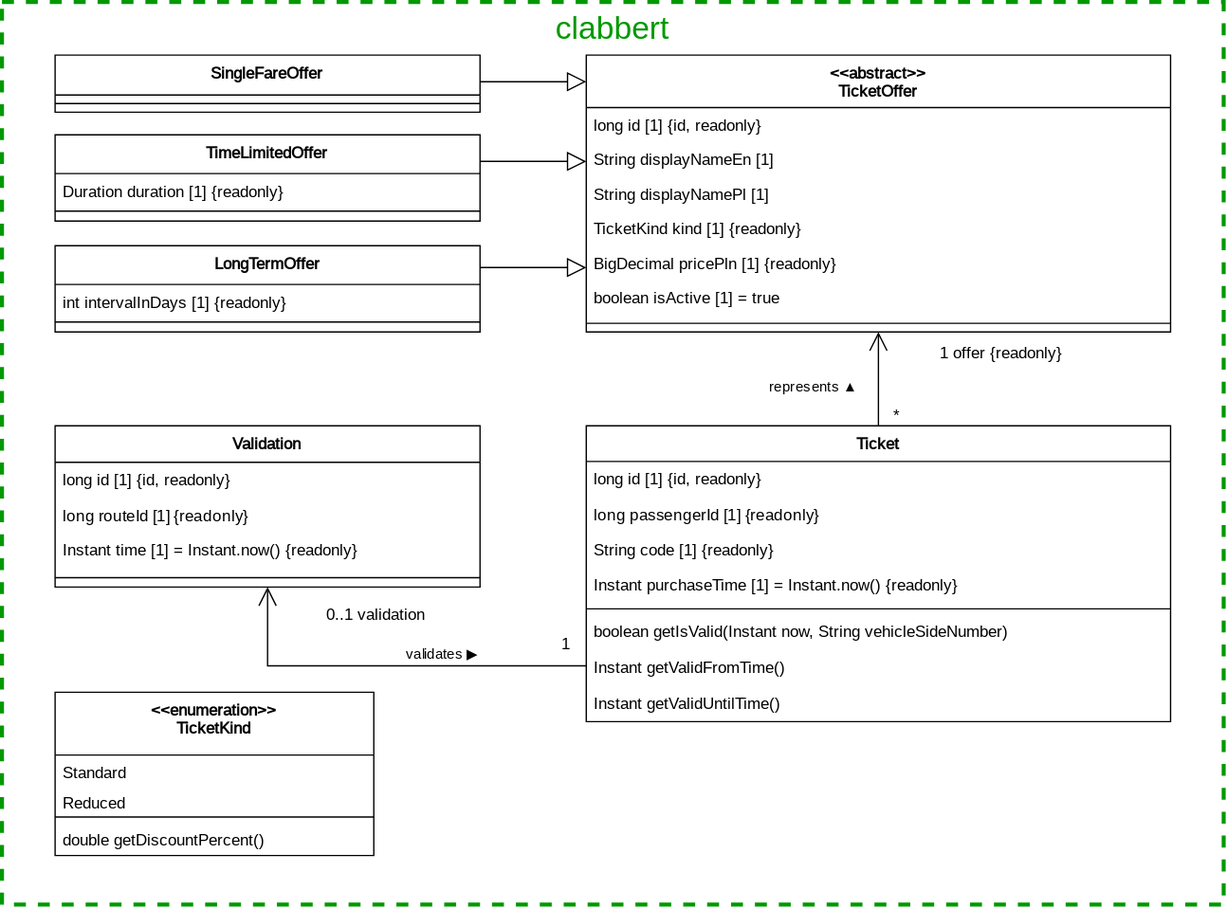
This is documentation/course/e2/images/class-diagram-clabbert.drawio.svg from PWR-ACS-SE-24/SoftwareSystemDesign, a draw.io export, as it was before one commit. Source tidied: cells renumbered, new cells last; positions are measured from the earlier drawing's top-left corner, leaving out a move shared by most shapes. Source of this version:
```xml
<mxGraphModel>
  <root>
    <mxCell id="0" />
    <mxCell id="1" parent="0" />
    <mxCell id="2" style="rounded=0;whiteSpace=wrap;html=1;dashed=1;strokeWidth=3;fillColor=none;strokeColor=#009900;" parent="1" vertex="1">
      <mxGeometry width="920" height="680" as="geometry" />
    </mxCell>
    <mxCell id="3" style="edgeStyle=orthogonalEdgeStyle;rounded=0;jettySize=auto;html=1;endArrow=block;endFill=0;endSize=12;" parent="1" edge="1" source="4" target="23">
      <mxGeometry relative="1" as="geometry">
        <Array as="points">
          <mxPoint x="400" y="200" />
          <mxPoint x="400" y="200" />
        </Array>
      </mxGeometry>
    </mxCell>
    <mxCell id="4" value="LongTermOffer" style="swimlane;fontStyle=1;align=center;verticalAlign=top;horizontal=1;startSize=29.2;fontFamily=JetBrains Mono;fontSource=https%3A%2F%2Ffonts.googleapis.com%2Fcss%3Ffamily%3DJetBrains%2BMono;" parent="1" vertex="1">
      <mxGeometry x="40" y="183.6" width="320" height="65" as="geometry" />
    </mxCell>
    <mxCell id="5" value="int intervalInDays [1] {readonly}" style="text;strokeColor=none;fillColor=none;align=left;verticalAlign=top;spacingLeft=4;spacingRight=4;overflow=hidden;fontFamily=JetBrains Mono;fontStyle=0;fontSource=https%3A%2F%2Ffonts.googleapis.com%2Fcss%3Ffamily%3DJetBrains%2BMono;" parent="4" vertex="1">
      <mxGeometry y="29.2" width="320" height="20.8" as="geometry" />
    </mxCell>
    <mxCell id="6" style="line;strokeWidth=1;fillColor=none;align=left;verticalAlign=middle;spacingTop=-1;spacingLeft=3;spacingRight=3;labelPosition=right;strokeColor=inherit;fontFamily=JetBrains Mono;fontStyle=0;fontSource=https%3A%2F%2Ffonts.googleapis.com%2Fcss%3Ffamily%3DJetBrains%2BMono;" parent="4" vertex="1">
      <mxGeometry y="50" width="320" height="15" as="geometry" />
    </mxCell>
    <mxCell id="7" style="edgeStyle=orthogonalEdgeStyle;rounded=0;jettySize=auto;html=1;endArrow=block;endFill=0;endSize=12;" parent="1" edge="1" source="8" target="23">
      <mxGeometry relative="1" as="geometry">
        <Array as="points">
          <mxPoint x="400" y="60" />
          <mxPoint x="400" y="60" />
        </Array>
      </mxGeometry>
    </mxCell>
    <mxCell id="8" value="SingleFareOffer" style="swimlane;fontStyle=1;align=center;verticalAlign=top;horizontal=1;startSize=30;fontFamily=JetBrains Mono;fontSource=https%3A%2F%2Ffonts.googleapis.com%2Fcss%3Ffamily%3DJetBrains%2BMono;" parent="1" vertex="1">
      <mxGeometry x="40" y="40" width="320" height="43" as="geometry" />
    </mxCell>
    <mxCell id="9" style="line;strokeWidth=1;fillColor=none;align=left;verticalAlign=middle;spacingTop=-1;spacingLeft=3;spacingRight=3;labelPosition=right;strokeColor=inherit;fontFamily=JetBrains Mono;fontStyle=0;fontSource=https%3A%2F%2Ffonts.googleapis.com%2Fcss%3Ffamily%3DJetBrains%2BMono;" parent="8" vertex="1">
      <mxGeometry y="30" width="320" height="13" as="geometry" />
    </mxCell>
    <mxCell id="10" value="Ticket" style="swimlane;fontStyle=1;align=center;verticalAlign=top;horizontal=1;startSize=26.857142857142858;fontFamily=JetBrains Mono;fontSource=https%3A%2F%2Ffonts.googleapis.com%2Fcss%3Ffamily%3DJetBrains%2BMono;" parent="1" vertex="1">
      <mxGeometry x="440" y="319.3" width="440" height="222.9" as="geometry" />
    </mxCell>
    <mxCell id="11" value="long id [1] {id, readonly}" style="text;strokeColor=none;fillColor=none;align=left;verticalAlign=top;spacingLeft=4;spacingRight=4;overflow=hidden;fontFamily=JetBrains Mono;fontStyle=0;fontSource=https%3A%2F%2Ffonts.googleapis.com%2Fcss%3Ffamily%3DJetBrains%2BMono;" parent="10" vertex="1">
      <mxGeometry y="26.9" width="440" height="27" as="geometry" />
    </mxCell>
    <mxCell id="12" value="&lt;font&gt;long passengerId [1] {readonly}&lt;/font&gt;" style="text;strokeColor=none;fillColor=none;align=left;verticalAlign=top;spacingLeft=4;spacingRight=4;overflow=hidden;whiteSpace=wrap;html=1;fontFamily=JetBrains Mono;fontSource=https%3A%2F%2Ffonts.googleapis.com%2Fcss%3Ffamily%3DJetBrains%2BMono;" parent="10" vertex="1">
      <mxGeometry y="53.9" width="440" height="26" as="geometry" />
    </mxCell>
    <mxCell id="13" value="String code [1] {readonly}" style="text;strokeColor=none;fillColor=none;align=left;verticalAlign=top;spacingLeft=4;spacingRight=4;overflow=hidden;fontFamily=JetBrains Mono;fontStyle=0;fontSource=https%3A%2F%2Ffonts.googleapis.com%2Fcss%3Ffamily%3DJetBrains%2BMono;" parent="10" vertex="1">
      <mxGeometry y="79.9" width="440" height="27" as="geometry" />
    </mxCell>
    <mxCell id="14" value="Instant purchaseTime [1] = Instant.now() {readonly}" style="text;strokeColor=none;fillColor=none;align=left;verticalAlign=top;spacingLeft=4;spacingRight=4;overflow=hidden;fontFamily=JetBrains Mono;fontStyle=0;fontSource=https%3A%2F%2Ffonts.googleapis.com%2Fcss%3Ffamily%3DJetBrains%2BMono;" parent="10" vertex="1">
      <mxGeometry y="106.9" width="440" height="27" as="geometry" />
    </mxCell>
    <mxCell id="15" style="line;strokeWidth=1;fillColor=none;align=left;verticalAlign=middle;spacingTop=-1;spacingLeft=3;spacingRight=3;labelPosition=right;strokeColor=inherit;fontFamily=JetBrains Mono;fontStyle=0;fontSource=https%3A%2F%2Ffonts.googleapis.com%2Fcss%3Ffamily%3DJetBrains%2BMono;" parent="10" vertex="1">
      <mxGeometry y="133.9" width="440" height="8" as="geometry" />
    </mxCell>
    <mxCell id="16" value="boolean getIsValid(Instant now, String vehicleSideNumber)" style="text;strokeColor=none;fillColor=none;align=left;verticalAlign=top;spacingLeft=4;spacingRight=4;overflow=hidden;fontFamily=JetBrains Mono;fontStyle=0;fontSource=https%3A%2F%2Ffonts.googleapis.com%2Fcss%3Ffamily%3DJetBrains%2BMono;" parent="10" vertex="1">
      <mxGeometry y="141.9" width="440" height="27" as="geometry" />
    </mxCell>
    <mxCell id="17" value="Instant getValidFromTime()" style="text;strokeColor=none;fillColor=none;align=left;verticalAlign=top;spacingLeft=4;spacingRight=4;overflow=hidden;fontFamily=JetBrains Mono;fontStyle=0;fontSource=https%3A%2F%2Ffonts.googleapis.com%2Fcss%3Ffamily%3DJetBrains%2BMono;" parent="10" vertex="1">
      <mxGeometry y="168.9" width="440" height="27" as="geometry" />
    </mxCell>
    <mxCell id="18" value="Instant getValidUntilTime()" style="text;strokeColor=none;fillColor=none;align=left;verticalAlign=top;spacingLeft=4;spacingRight=4;overflow=hidden;fontFamily=JetBrains Mono;fontStyle=0;fontSource=https%3A%2F%2Ffonts.googleapis.com%2Fcss%3Ffamily%3DJetBrains%2BMono;" parent="10" vertex="1">
      <mxGeometry y="195.9" width="440" height="27" as="geometry" />
    </mxCell>
    <mxCell id="19" style="edgeStyle=orthogonalEdgeStyle;rounded=0;jettySize=auto;html=1;endArrow=block;endFill=0;endSize=12;" parent="1" edge="1" source="20" target="23">
      <mxGeometry relative="1" as="geometry">
        <Array as="points">
          <mxPoint x="400" y="120" />
          <mxPoint x="400" y="120" />
        </Array>
      </mxGeometry>
    </mxCell>
    <mxCell id="20" value="TimeLimitedOffer" style="swimlane;fontStyle=1;align=center;verticalAlign=top;horizontal=1;startSize=29.2;fontFamily=JetBrains Mono;fontSource=https%3A%2F%2Ffonts.googleapis.com%2Fcss%3Ffamily%3DJetBrains%2BMono;" parent="1" vertex="1">
      <mxGeometry x="40" y="100" width="320" height="65" as="geometry" />
    </mxCell>
    <mxCell id="21" value="Duration duration [1] {readonly}" style="text;strokeColor=none;fillColor=none;align=left;verticalAlign=top;spacingLeft=4;spacingRight=4;overflow=hidden;fontFamily=JetBrains Mono;fontStyle=0;fontSource=https%3A%2F%2Ffonts.googleapis.com%2Fcss%3Ffamily%3DJetBrains%2BMono;" parent="20" vertex="1">
      <mxGeometry y="29.2" width="320" height="20.8" as="geometry" />
    </mxCell>
    <mxCell id="22" style="line;strokeWidth=1;fillColor=none;align=left;verticalAlign=middle;spacingTop=-1;spacingLeft=3;spacingRight=3;labelPosition=right;strokeColor=inherit;fontFamily=JetBrains Mono;fontStyle=0;fontSource=https%3A%2F%2Ffonts.googleapis.com%2Fcss%3Ffamily%3DJetBrains%2BMono;" parent="20" vertex="1">
      <mxGeometry y="50" width="320" height="15" as="geometry" />
    </mxCell>
    <mxCell id="23" value="&lt;&lt;abstract&gt;&gt;&#10;TicketOffer" style="swimlane;fontStyle=1;align=center;verticalAlign=top;horizontal=1;startSize=39.5625;fontFamily=JetBrains Mono;fontSource=https%3A%2F%2Ffonts.googleapis.com%2Fcss%3Ffamily%3DJetBrains%2BMono;" parent="1" vertex="1">
      <mxGeometry x="440" y="40" width="440" height="208.6" as="geometry" />
    </mxCell>
    <mxCell id="24" value="long id [1] {id, readonly}" style="text;strokeColor=none;fillColor=none;align=left;verticalAlign=top;spacingLeft=4;spacingRight=4;overflow=hidden;fontFamily=JetBrains Mono;fontStyle=0;fontSource=https%3A%2F%2Ffonts.googleapis.com%2Fcss%3Ffamily%3DJetBrains%2BMono;" parent="23" vertex="1">
      <mxGeometry y="39.6" width="440" height="26" as="geometry" />
    </mxCell>
    <mxCell id="25" value="String displayNameEn [1]" style="text;strokeColor=none;fillColor=none;align=left;verticalAlign=top;spacingLeft=4;spacingRight=4;overflow=hidden;fontFamily=JetBrains Mono;fontStyle=0;fontSource=https%3A%2F%2Ffonts.googleapis.com%2Fcss%3Ffamily%3DJetBrains%2BMono;" parent="23" vertex="1">
      <mxGeometry y="65.6" width="440" height="26" as="geometry" />
    </mxCell>
    <mxCell id="26" value="String displayNamePl [1]" style="text;strokeColor=none;fillColor=none;align=left;verticalAlign=top;spacingLeft=4;spacingRight=4;overflow=hidden;fontFamily=JetBrains Mono;fontStyle=0;fontSource=https%3A%2F%2Ffonts.googleapis.com%2Fcss%3Ffamily%3DJetBrains%2BMono;" parent="23" vertex="1">
      <mxGeometry y="91.6" width="440" height="26" as="geometry" />
    </mxCell>
    <mxCell id="27" value="TicketKind kind [1] {readonly}" style="text;strokeColor=none;fillColor=none;align=left;verticalAlign=top;spacingLeft=4;spacingRight=4;overflow=hidden;fontFamily=JetBrains Mono;fontStyle=0;fontSource=https%3A%2F%2Ffonts.googleapis.com%2Fcss%3Ffamily%3DJetBrains%2BMono;" parent="23" vertex="1">
      <mxGeometry y="117.6" width="440" height="26" as="geometry" />
    </mxCell>
    <mxCell id="28" value="BigDecimal pricePln [1] {readonly}" style="text;strokeColor=none;fillColor=none;align=left;verticalAlign=top;spacingLeft=4;spacingRight=4;overflow=hidden;fontFamily=JetBrains Mono;fontStyle=0;fontSource=https%3A%2F%2Ffonts.googleapis.com%2Fcss%3Ffamily%3DJetBrains%2BMono;" parent="23" vertex="1">
      <mxGeometry y="143.6" width="440" height="26" as="geometry" />
    </mxCell>
    <mxCell id="29" value="boolean isActive [1] = true" style="text;strokeColor=none;fillColor=none;align=left;verticalAlign=top;spacingLeft=4;spacingRight=4;overflow=hidden;fontFamily=JetBrains Mono;fontStyle=0;fontSource=https%3A%2F%2Ffonts.googleapis.com%2Fcss%3Ffamily%3DJetBrains%2BMono;" parent="23" vertex="1">
      <mxGeometry y="169.6" width="440" height="26" as="geometry" />
    </mxCell>
    <mxCell id="30" style="line;strokeWidth=1;fillColor=none;align=left;verticalAlign=middle;spacingTop=-1;spacingLeft=3;spacingRight=3;labelPosition=right;strokeColor=inherit;fontFamily=JetBrains Mono;fontStyle=0;fontSource=https%3A%2F%2Ffonts.googleapis.com%2Fcss%3Ffamily%3DJetBrains%2BMono;" parent="23" vertex="1">
      <mxGeometry y="195.6" width="440" height="13" as="geometry" />
    </mxCell>
    <mxCell id="31" value="Validation" style="swimlane;fontStyle=1;align=center;verticalAlign=top;horizontal=1;startSize=27.428571428571427;fontFamily=JetBrains Mono;fontSource=https%3A%2F%2Ffonts.googleapis.com%2Fcss%3Ffamily%3DJetBrains%2BMono;" parent="1" vertex="1">
      <mxGeometry x="40" y="319.3" width="320" height="121.4" as="geometry" />
    </mxCell>
    <mxCell id="32" value="long id [1] {id, readonly}" style="text;strokeColor=none;fillColor=none;align=left;verticalAlign=top;spacingLeft=4;spacingRight=4;overflow=hidden;fontFamily=JetBrains Mono;fontStyle=0;fontSource=https%3A%2F%2Ffonts.googleapis.com%2Fcss%3Ffamily%3DJetBrains%2BMono;" parent="31" vertex="1">
      <mxGeometry y="27.4" width="320" height="27" as="geometry" />
    </mxCell>
    <mxCell id="33" value="&lt;font&gt;long routeId [1] {readonly}&lt;/font&gt;" style="text;strokeColor=none;fillColor=none;align=left;verticalAlign=top;spacingLeft=4;spacingRight=4;overflow=hidden;whiteSpace=wrap;html=1;fontFamily=JetBrains Mono;fontSource=https%3A%2F%2Ffonts.googleapis.com%2Fcss%3Ffamily%3DJetBrains%2BMono;" parent="31" vertex="1">
      <mxGeometry y="54.4" width="320" height="26" as="geometry" />
    </mxCell>
    <mxCell id="34" value="Instant time [1] = Instant.now() {readonly}" style="text;strokeColor=none;fillColor=none;align=left;verticalAlign=top;spacingLeft=4;spacingRight=4;overflow=hidden;fontFamily=JetBrains Mono;fontStyle=0;fontSource=https%3A%2F%2Ffonts.googleapis.com%2Fcss%3Ffamily%3DJetBrains%2BMono;" parent="31" vertex="1">
      <mxGeometry y="80.4" width="320" height="27" as="geometry" />
    </mxCell>
    <mxCell id="35" style="line;strokeWidth=1;fillColor=none;align=left;verticalAlign=middle;spacingTop=-1;spacingLeft=3;spacingRight=3;labelPosition=right;strokeColor=inherit;fontFamily=JetBrains Mono;fontStyle=0;fontSource=https%3A%2F%2Ffonts.googleapis.com%2Fcss%3Ffamily%3DJetBrains%2BMono;" parent="31" vertex="1">
      <mxGeometry y="107.4" width="320" height="14" as="geometry" />
    </mxCell>
    <mxCell id="36" style="startArrow=none;endArrow=open;endSize=12;rounded=0;edgeStyle=orthogonalEdgeStyle;fontFamily=JetBrains Mono;fontStyle=0;fontSource=https%3A%2F%2Ffonts.googleapis.com%2Fcss%3Ffamily%3DJetBrains%2BMono;" parent="1" edge="1" source="10" target="23">
      <mxGeometry relative="1" as="geometry">
        <Array as="points">
          <mxPoint x="660" y="290" />
          <mxPoint x="660" y="290" />
        </Array>
      </mxGeometry>
    </mxCell>
    <mxCell id="37" value="*" style="edgeLabel;labelBackgroundColor=none;fontSize=12;align=left;verticalAlign=bottom;fontFamily=JetBrains Mono;fontStyle=0;fontSource=https%3A%2F%2Ffonts.googleapis.com%2Fcss%3Ffamily%3DJetBrains%2BMono;" parent="36" vertex="1">
      <mxGeometry x="-1" relative="1" as="geometry">
        <mxPoint x="10" y="1" as="offset" />
      </mxGeometry>
    </mxCell>
    <mxCell id="38" value="1 offer {readonly}" style="edgeLabel;labelBackgroundColor=none;fontSize=12;align=right;verticalAlign=top;fontFamily=JetBrains Mono;fontStyle=0;fontSource=https%3A%2F%2Ffonts.googleapis.com%2Fcss%3Ffamily%3DJetBrains%2BMono;" parent="36" vertex="1">
      <mxGeometry x="1" relative="1" as="geometry">
        <mxPoint x="140" y="2" as="offset" />
      </mxGeometry>
    </mxCell>
    <mxCell id="39" value="represents ▲" style="edgeLabel;html=1;align=center;verticalAlign=middle;fontFamily=JetBrains Mono;fontStyle=0;fontSource=https%3A%2F%2Ffonts.googleapis.com%2Fcss%3Ffamily%3DJetBrains%2BMono;" parent="36" vertex="1">
      <mxGeometry x="-0.12" y="1" relative="1" as="geometry">
        <mxPoint x="-49" y="2" as="offset" />
      </mxGeometry>
    </mxCell>
    <mxCell id="40" style="startArrow=none;endArrow=open;endSize=12;rounded=0;fontFamily=JetBrains Mono;fontStyle=0;fontSource=https%3A%2F%2Ffonts.googleapis.com%2Fcss%3Ffamily%3DJetBrains%2BMono;edgeStyle=orthogonalEdgeStyle;" parent="1" edge="1" source="10" target="31">
      <mxGeometry relative="1" as="geometry">
        <Array as="points">
          <mxPoint x="200" y="500" />
          <mxPoint x="200" y="500" />
        </Array>
      </mxGeometry>
    </mxCell>
    <mxCell id="41" value="1" style="edgeLabel;labelBackgroundColor=none;fontSize=12;align=left;verticalAlign=top;fontFamily=JetBrains Mono;fontStyle=0;fontSource=https%3A%2F%2Ffonts.googleapis.com%2Fcss%3Ffamily%3DJetBrains%2BMono;" parent="40" vertex="1">
      <mxGeometry x="-1" relative="1" as="geometry">
        <mxPoint x="-20" y="-30" as="offset" />
      </mxGeometry>
    </mxCell>
    <mxCell id="42" value="0..1 validation" style="edgeLabel;labelBackgroundColor=none;fontSize=12;align=right;verticalAlign=bottom;fontFamily=JetBrains Mono;fontStyle=0;fontSource=https%3A%2F%2Ffonts.googleapis.com%2Fcss%3Ffamily%3DJetBrains%2BMono;" parent="40" vertex="1">
      <mxGeometry x="1" relative="1" as="geometry">
        <mxPoint x="120" y="29" as="offset" />
      </mxGeometry>
    </mxCell>
    <mxCell id="43" value="validates ▶" style="edgeLabel;html=1;align=center;verticalAlign=middle;fontFamily=JetBrains Mono;fontStyle=0;fontSource=https%3A%2F%2Ffonts.googleapis.com%2Fcss%3Ffamily%3DJetBrains%2BMono;" parent="40" vertex="1">
      <mxGeometry x="-0.01" relative="1" as="geometry">
        <mxPoint x="39" y="-10" as="offset" />
      </mxGeometry>
    </mxCell>
    <mxCell id="44" value="&lt;&lt;enumeration&gt;&gt;&#10;TicketKind" style="swimlane;fontStyle=1;align=center;verticalAlign=top;horizontal=1;startSize=47.333333333333336;fontFamily=JetBrains Mono;fontSource=https%3A%2F%2Ffonts.googleapis.com%2Fcss%3Ffamily%3DJetBrains%2BMono;" parent="1" vertex="1">
      <mxGeometry x="40" y="520" width="240" height="123" as="geometry" />
    </mxCell>
    <mxCell id="45" value="Standard" style="text;strokeColor=none;fillColor=none;align=left;verticalAlign=top;spacingLeft=4;spacingRight=4;overflow=hidden;fontFamily=JetBrains Mono;fontStyle=0;fontSource=https%3A%2F%2Ffonts.googleapis.com%2Fcss%3Ffamily%3DJetBrains%2BMono;" parent="44" vertex="1">
      <mxGeometry y="47.3" width="240" height="22.7" as="geometry" />
    </mxCell>
    <mxCell id="46" value="Reduced" style="text;strokeColor=none;fillColor=none;align=left;verticalAlign=top;spacingLeft=4;spacingRight=4;overflow=hidden;fontFamily=JetBrains Mono;fontStyle=0;fontSource=https%3A%2F%2Ffonts.googleapis.com%2Fcss%3Ffamily%3DJetBrains%2BMono;" parent="44" vertex="1">
      <mxGeometry y="70" width="240" height="20" as="geometry" />
    </mxCell>
    <mxCell id="47" style="line;strokeWidth=1;fillColor=none;align=left;verticalAlign=middle;spacingTop=-1;spacingLeft=3;spacingRight=3;labelPosition=right;strokeColor=inherit;fontFamily=JetBrains Mono;fontStyle=0;fontSource=https%3A%2F%2Ffonts.googleapis.com%2Fcss%3Ffamily%3DJetBrains%2BMono;" parent="44" vertex="1">
      <mxGeometry y="90" width="240" height="8" as="geometry" />
    </mxCell>
    <mxCell id="48" value="double getDiscountPercent()" style="text;strokeColor=none;fillColor=none;align=left;verticalAlign=top;spacingLeft=4;spacingRight=4;overflow=hidden;fontFamily=JetBrains Mono;fontStyle=0;fontSource=https%3A%2F%2Ffonts.googleapis.com%2Fcss%3Ffamily%3DJetBrains%2BMono;" parent="44" vertex="1">
      <mxGeometry y="98" width="240" height="25" as="geometry" />
    </mxCell>
    <mxCell id="49" value="clabbert" style="text;html=1;align=center;verticalAlign=middle;whiteSpace=wrap;rounded=0;fillColor=none;strokeColor=none;fontColor=#009900;fontSize=24;" parent="1" vertex="1">
      <mxGeometry width="920" height="40" as="geometry" />
    </mxCell>
  </root>
</mxGraphModel>
```
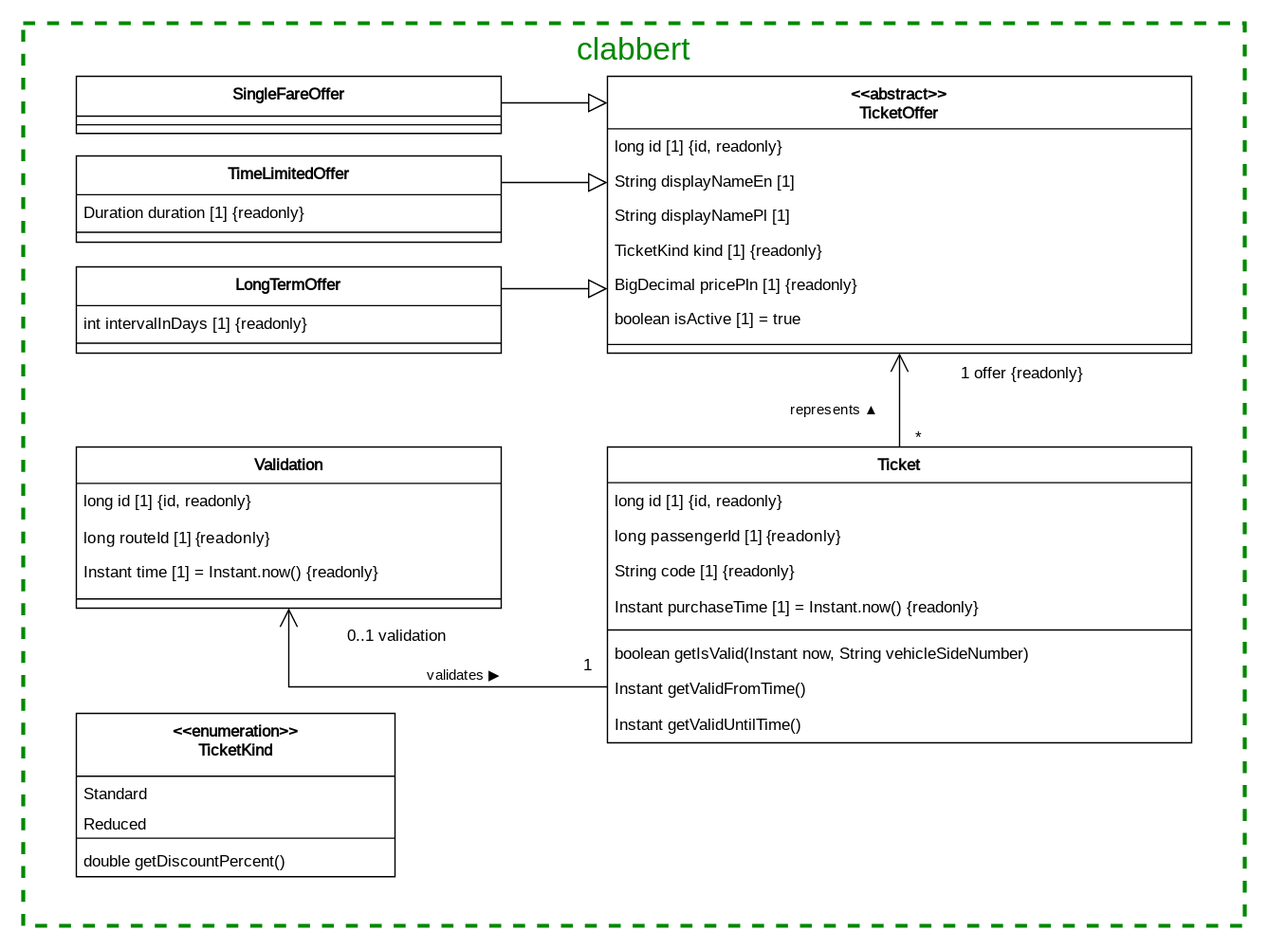
Above is the later version.

What changed in the source:
```diff
@@ -2,7 +2,7 @@
   <root>
     <mxCell id="0" />
     <mxCell id="1" parent="0" />
-    <mxCell id="2" style="rounded=0;whiteSpace=wrap;html=1;dashed=1;strokeWidth=3;fillColor=none;strokeColor=#009900;" parent="1" vertex="1">
+    <mxCell id="2" style="rounded=0;whiteSpace=wrap;html=1;dashed=1;strokeWidth=3;fillColor=none;strokeColor=#008800;" parent="1" vertex="1">
       <mxGeometry width="920" height="680" as="geometry" />
     </mxCell>
     <mxCell id="3" style="edgeStyle=orthogonalEdgeStyle;rounded=0;jettySize=auto;html=1;endArrow=block;endFill=0;endSize=12;" parent="1" edge="1" source="4" target="23">
@@ -180,7 +180,7 @@
     <mxCell id="48" value="double getDiscountPercent()" style="text;strokeColor=none;fillColor=none;align=left;verticalAlign=top;spacingLeft=4;spacingRight=4;overflow=hidden;fontFamily=JetBrains Mono;fontStyle=0;fontSource=https%3A%2F%2Ffonts.googleapis.com%2Fcss%3Ffamily%3DJetBrains%2BMono;" parent="44" vertex="1">
       <mxGeometry y="98" width="240" height="25" as="geometry" />
     </mxCell>
-    <mxCell id="49" value="clabbert" style="text;html=1;align=center;verticalAlign=middle;whiteSpace=wrap;rounded=0;fillColor=none;strokeColor=none;fontColor=#009900;fontSize=24;" parent="1" vertex="1">
+    <mxCell id="49" value="&lt;font color=&quot;#008800&quot;&gt;clabbert&lt;/font&gt;" style="text;html=1;align=center;verticalAlign=middle;whiteSpace=wrap;rounded=0;fillColor=none;strokeColor=none;fontColor=#009900;fontSize=24;" parent="1" vertex="1">
       <mxGeometry width="920" height="40" as="geometry" />
     </mxCell>
   </root>
```
